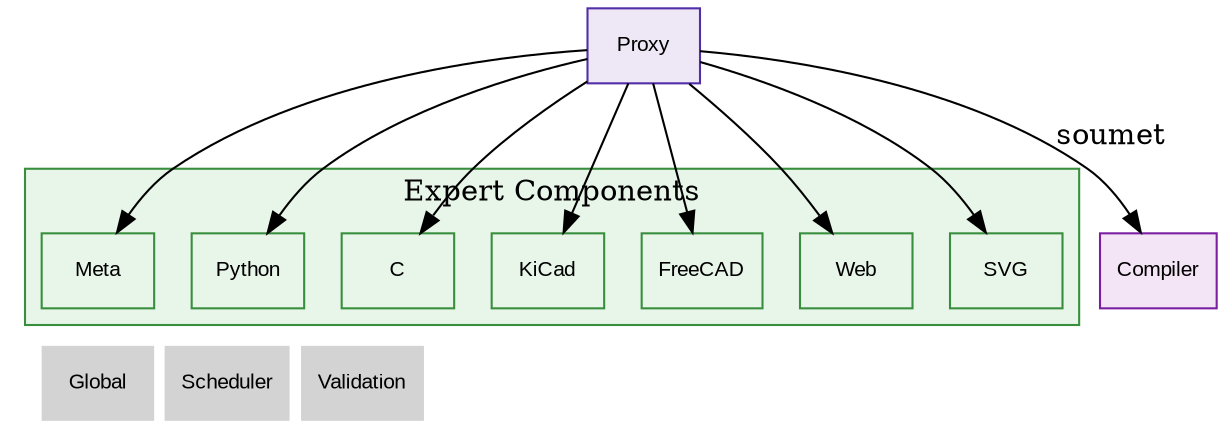
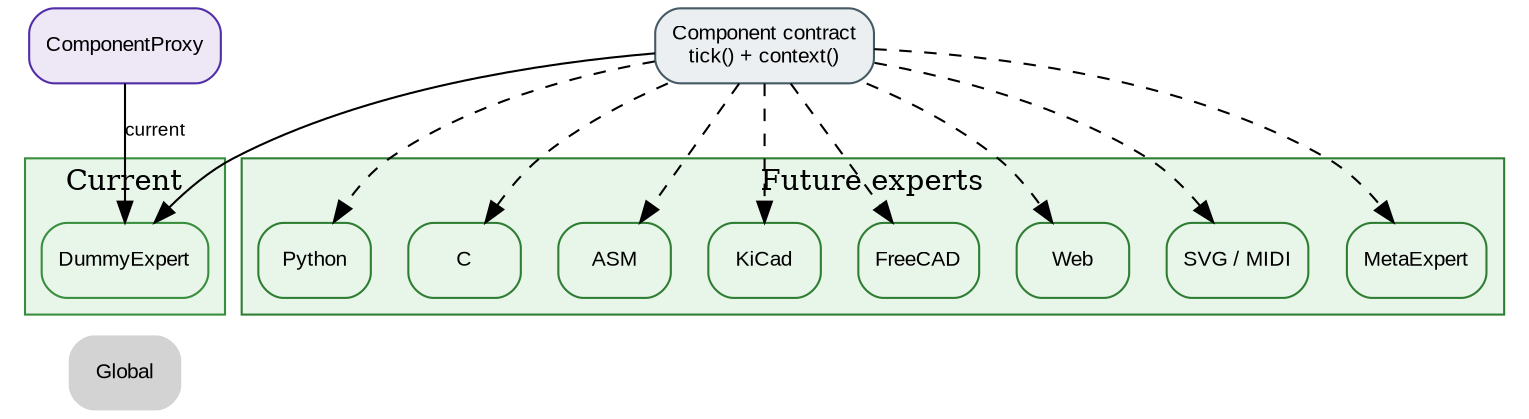
digraph Experts {
    rankdir=TB;
-     node [shape=box, style=filled, fontname="Arial", fontsize=10];
+     node [shape=box, style="rounded,filled", fontname="Arial", fontsize=10];
+     edge [fontname="Arial", fontsize=9];

-     subgraph cluster_experts {
-         label="Expert Components";
-         color="#388e3c"; bgcolor="#e8f5e9";
+     Proxy [label="ComponentProxy", fillcolor="#ede7f6", color="#512da8", URL="../scheduler/10_scheduler.svg"];
+     Contract [label="Component contract\ntick() + context()", fillcolor="#eceff1", color="#455a64"];
+ 
+     subgraph cluster_current {
+         label="Current";
+         color="#388e3c";
+         bgcolor="#e8f5e9";
        node [fillcolor="#e8f5e9", color="#388e3c"];
-         Meta   [URL="40_experts.svg"];
-         Python [URL="40_experts.svg"];
-         C      [URL="40_experts.svg"];
-         KiCad  [URL="40_experts.svg"];
-         FreeCAD[URL="40_experts.svg"];
-         Web    [URL="40_experts.svg"];
-         SVG    [URL="40_experts.svg"];
+         DummyExpert;
    }

-     Proxy [fillcolor="#ede7f6", color="#512da8", URL="../scheduler/component_proxy/14_component_proxy.svg"];
-     Compiler [fillcolor="#f3e5f5", color="#7b1fa2", URL="../validation/50_validation.svg"];
+     subgraph cluster_future {
+         label="Future experts";
+         color="#2e7d32";
+         bgcolor="#e8f5e9";
+         node [fillcolor="#e8f5e9", color="#2e7d32"];
+         Python;
+         C;
+         ASM;
+         KiCad;
+         FreeCAD;
+         Web;
+         SVG_MIDI [label="SVG / MIDI"];
+         MetaExpert;
+     }

-     // Edges
-     Proxy -> Meta;      // Délégation
-     Proxy -> Python;
-     Proxy -> C;
-     Proxy -> KiCad;
-     Proxy -> FreeCAD;
-     Proxy -> Web;
-     Proxy -> SVG;
-     Proxy -> Compiler [label="soumet"];   // Soumission validation
+     Contract -> DummyExpert;
+     Contract -> Python [style=dashed];
+     Contract -> C [style=dashed];
+     Contract -> ASM [style=dashed];
+     Contract -> KiCad [style=dashed];
+     Contract -> FreeCAD [style=dashed];
+     Contract -> Web [style=dashed];
+     Contract -> SVG_MIDI [style=dashed];
+     Contract -> MetaExpert [style=dashed];
+     Proxy -> DummyExpert [label="current"];

-     // Navigation
    Nav_Global [label="Global", shape=plaintext, URL="../00_global.svg"];
-     Nav_Scheduler [label="Scheduler", shape=plaintext, URL="../scheduler/10_scheduler.svg"];
-     Nav_Validation [label="Validation", shape=plaintext, URL="../validation/50_validation.svg"];
-     { rank=sink; Nav_Global; Nav_Scheduler; Nav_Validation; }
+     { rank=sink; Nav_Global; }
}
